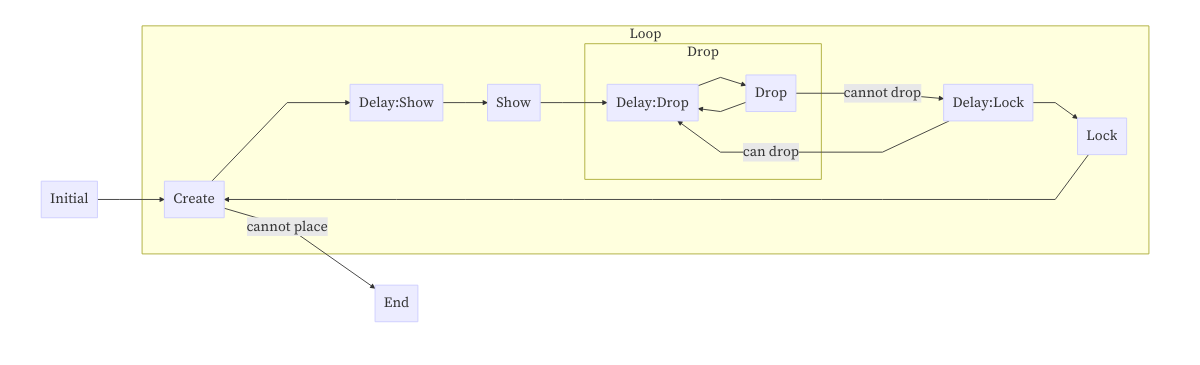
intris/design keeps this Mermaid diagram as engine.mmd.png. Above is the earlier version. Its source is kept beside it as engine.mmd.
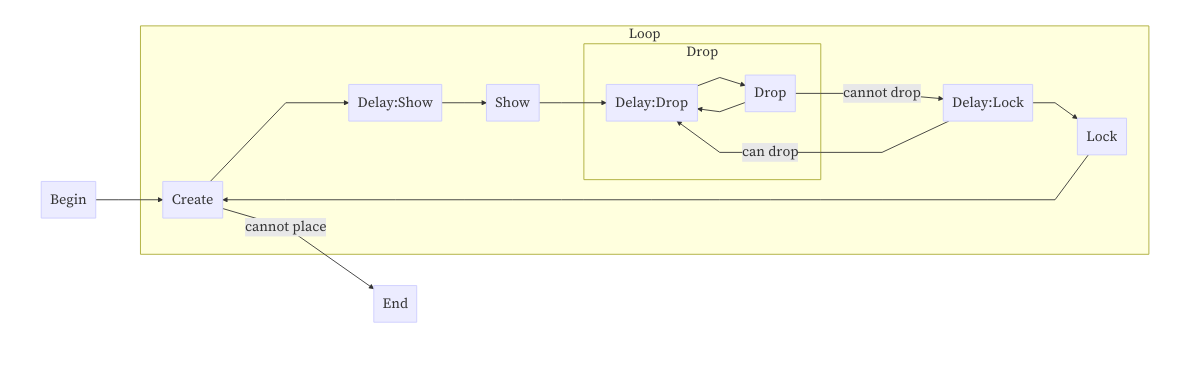
Above is the later version.

What changed in the source:
```diff
@@ -1,5 +1,5 @@
 graph LR
-  Initial --> Create
+  Begin --> Create
   subgraph Loop
     Create --> Delay:Show
     Delay:Show --> Show
```
